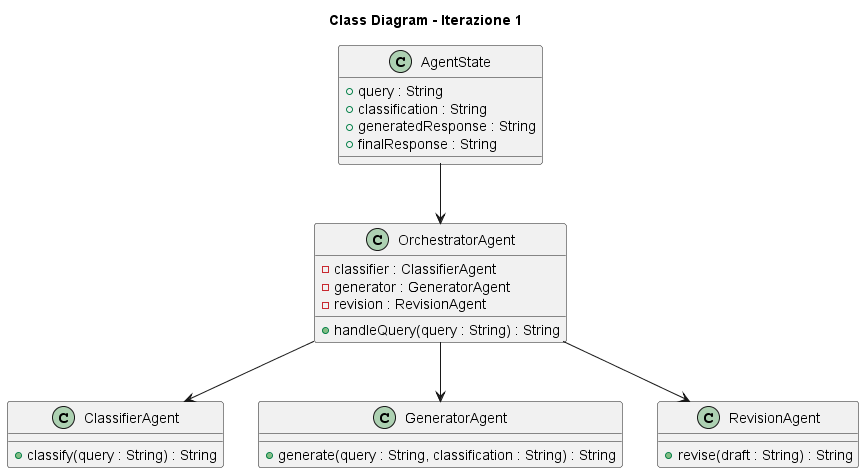
The PlantUML diagram iterazioni/iterazione1/images/class_diagram.png in RaphacePrime/AgenticUniBG, before a commit.
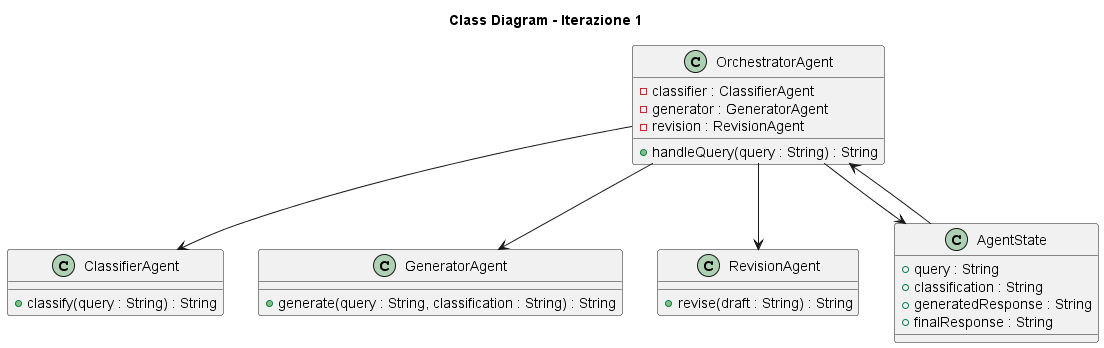
After the commit.

Commit message:
fix diagrams iteration 1

Change to the diagram source:
```diff
@@ -32,5 +32,6 @@
 OrchestratorAgent --> RevisionAgent
 
 AgentState --> OrchestratorAgent
+OrchestratorAgent --> AgentState
 
 @enduml
```
